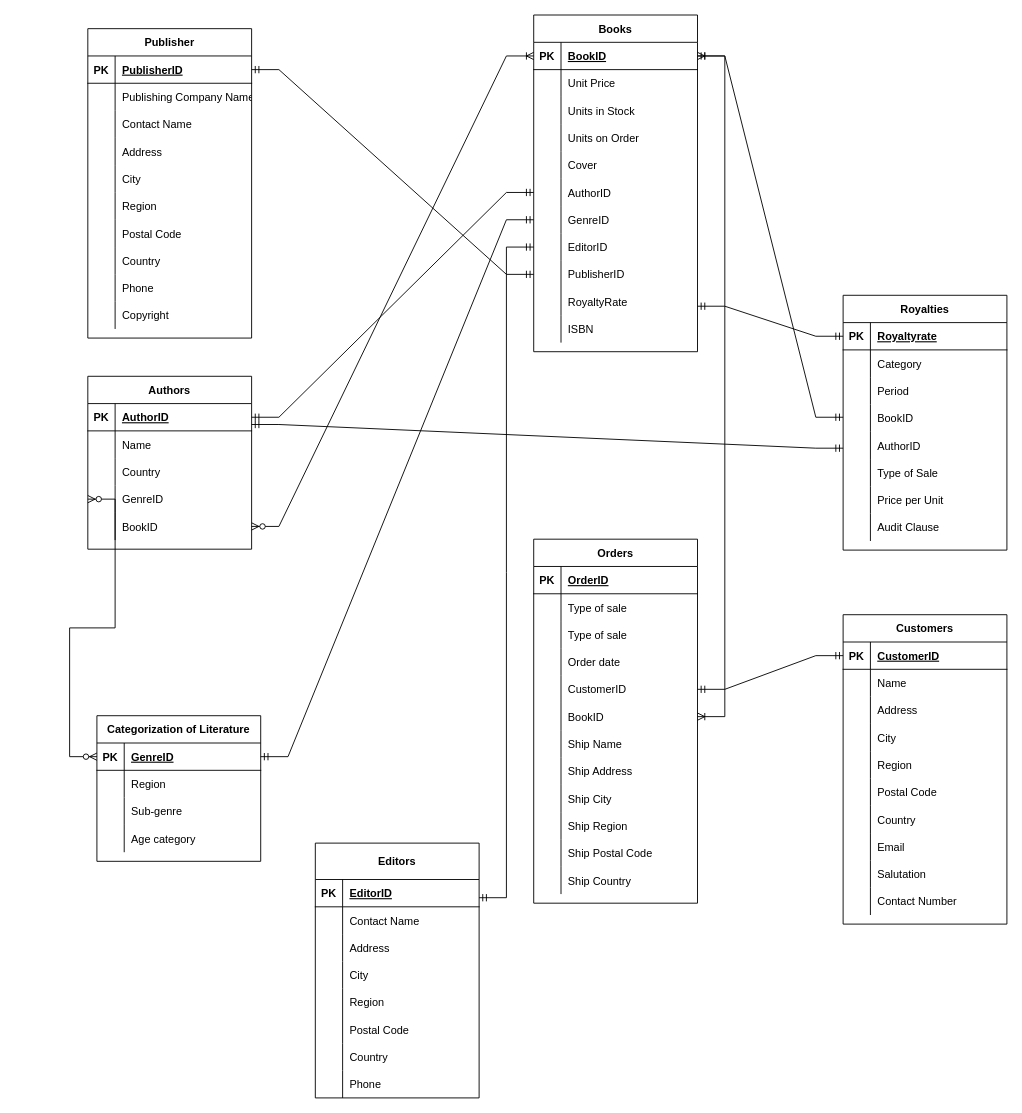
Above: Untitled Diagram.drawio in gabrielatorres7/hw-db-book-biz (draw.io), before the change. Source tidied: cells renumbered, new cells numbered last; positions are measured from the earlier drawing's top-left corner, leaving out a move shared by most shapes. Both pictures are drawn from the tidied source at 91%, with x=0, y=0 at pixel (87, 15).
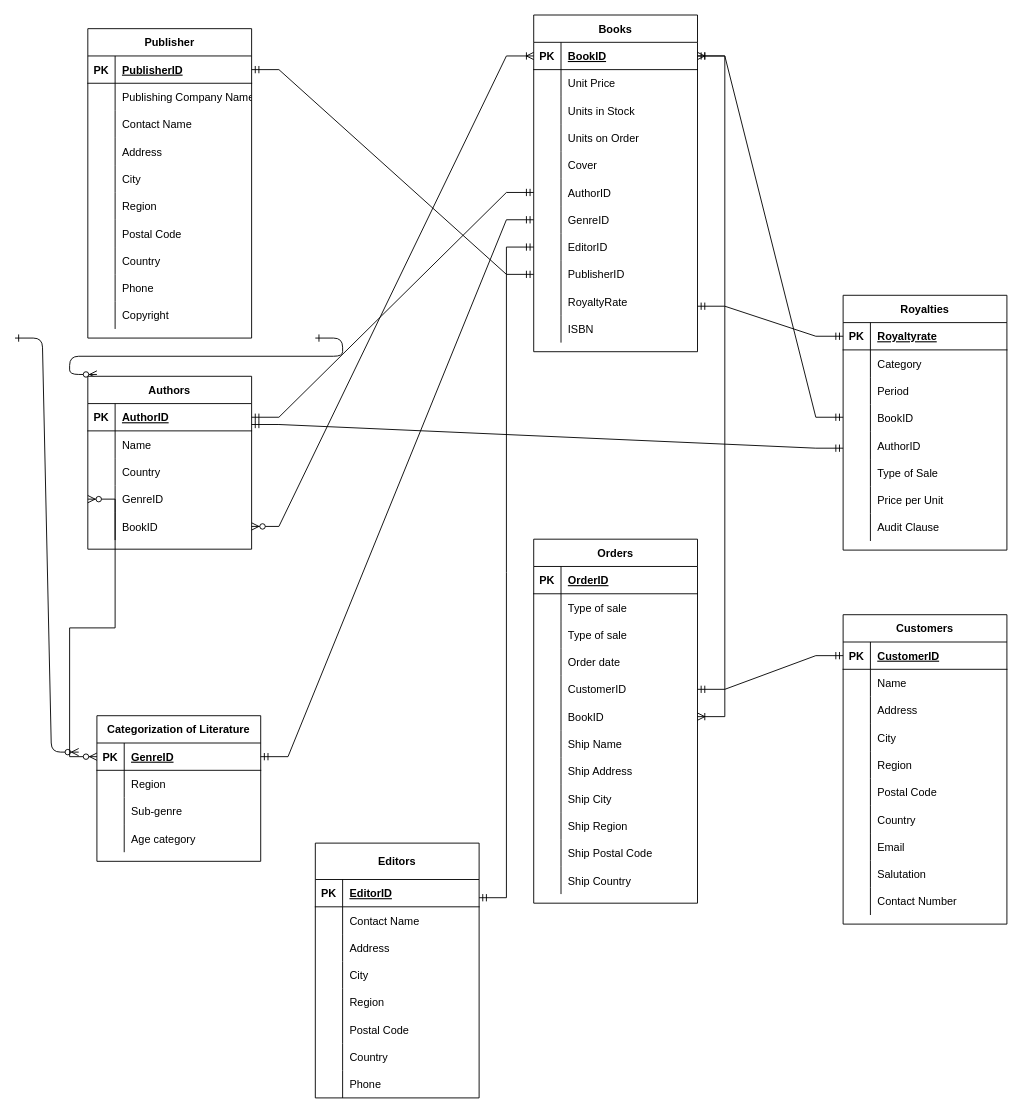
The same page after the edit.

Commit message:
Book Industry

The edit, as a diff of the source:
```diff
@@
+    <mxCell id="225" style="edgeStyle=entityRelationEdgeStyle;endArrow=ERzeroToMany;startArrow=ERone;endFill=1;startFill=0;" parent="1" edge="1">
+      <mxGeometry relative="1" as="geometry">
+        <mxPoint x="-80" y="355" as="sourcePoint" />
+        <mxPoint x="-10" y="810" as="targetPoint" />
+      </mxGeometry>
+    </mxCell>
+    <mxCell id="226" style="edgeStyle=entityRelationEdgeStyle;endArrow=ERzeroToMany;startArrow=ERone;endFill=1;startFill=0;" parent="1" edge="1">
+      <mxGeometry relative="1" as="geometry">
+        <mxPoint x="250" y="355" as="sourcePoint" />
+        <mxPoint x="10" y="395" as="targetPoint" />
+      </mxGeometry>
+    </mxCell>
```
